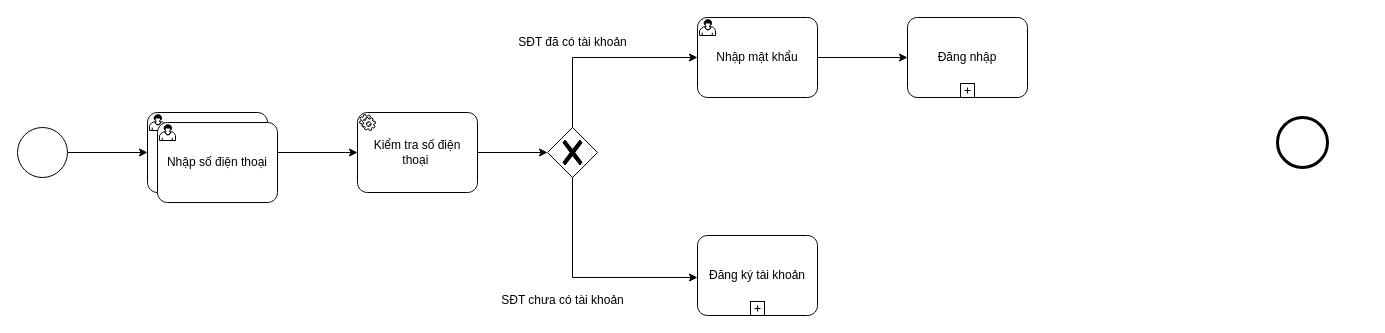
Earlier version of the draw.io diagram page "Page-3" (2 of 2) of Untitled Diagram.drawio (PanJr0109/PanJr0109). Source tidied: cells renumbered, new cells numbered last; positions are measured from the earlier drawing's top-left corner, leaving out a move shared by most shapes. Both pictures are drawn from the tidied source at 100%, with x=0, y=0 at pixel (17, 17).
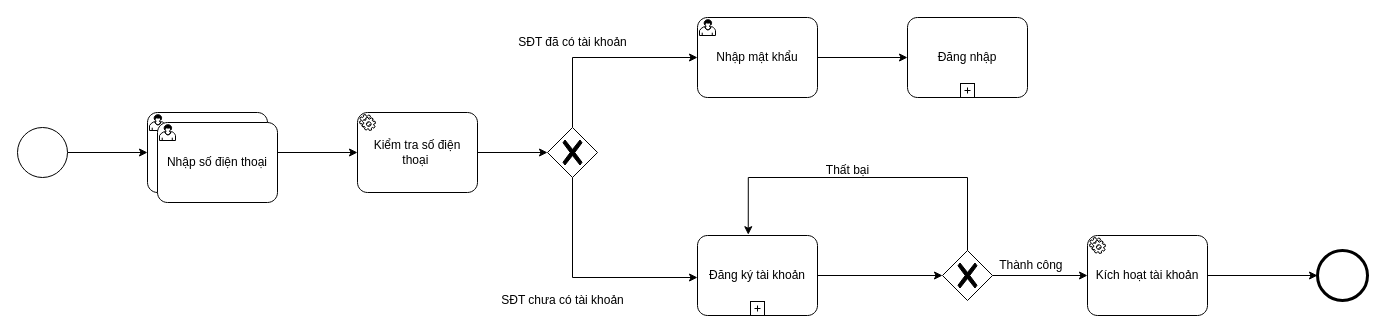
The same page after the edit.

Unchanged cells that the change refers to:
```xml
<mxCell id="18" value="Đăng ký tài khoản" style="points=[[0.25,0,0],[0.5,0,0],[0.75,0,0],[1,0.25,0],[1,0.5,0],[1,0.75,0],[0.75,1,0],[0.5,1,0],[0.25,1,0],[0,0.75,0],[0,0.5,0],[0,0.25,0]];shape=mxgraph.bpmn.task;whiteSpace=wrap;rectStyle=rounded;size=10;html=1;taskMarker=abstract;isLoopSub=1;" parent="1" vertex="1">
  <mxGeometry x="680" y="218" width="120" height="80" as="geometry" />
</mxCell>
```

Diff of the diagram source:
```diff
@@
     <mxCell id="4" style="points=[[0.145,0.145,0],[0.5,0,0],[0.855,0.145,0],[1,0.5,0],[0.855,0.855,0],[0.5,1,0],[0.145,0.855,0],[0,0.5,0]];shape=mxgraph.bpmn.event;html=1;verticalLabelPosition=bottom;labelBackgroundColor=#ffffff;verticalAlign=top;align=center;perimeter=ellipsePerimeter;outlineConnect=0;outline=end;symbol=terminate2;" parent="1" vertex="1">
-      <mxGeometry x="1260" y="100" width="50" height="50" as="geometry" />
+      <mxGeometry x="1300" y="233" width="50" height="50" as="geometry" />
     </mxCell>
@@
+    <mxCell id="19" style="edgeStyle=orthogonalEdgeStyle;rounded=0;jettySize=auto;html=1;" parent="1" edge="1" source="18" target="22">
+      <mxGeometry relative="1" as="geometry" />
+    </mxCell>
@@
+    <mxCell id="20" style="edgeStyle=orthogonalEdgeStyle;rounded=0;jettySize=auto;html=1;entryX=0.423;entryY=-0.01;entryDx=0;entryDy=0;entryPerimeter=0;" parent="1" edge="1" source="22" target="18">
+      <mxGeometry relative="1" as="geometry">
+        <Array as="points">
+          <mxPoint x="950" y="160" />
+          <mxPoint x="731" y="160" />
+        </Array>
+      </mxGeometry>
+    </mxCell>
+    <mxCell id="21" style="edgeStyle=orthogonalEdgeStyle;rounded=0;jettySize=auto;html=1;" parent="1" edge="1" source="22" target="25">
+      <mxGeometry relative="1" as="geometry" />
+    </mxCell>
+    <mxCell id="22" style="points=[[0.25,0.25,0],[0.5,0,0],[0.75,0.25,0],[1,0.5,0],[0.75,0.75,0],[0.5,1,0],[0.25,0.75,0],[0,0.5,0]];shape=mxgraph.bpmn.gateway2;html=1;verticalLabelPosition=bottom;labelBackgroundColor=#ffffff;verticalAlign=top;align=center;perimeter=rhombusPerimeter;outlineConnect=0;outline=none;symbol=none;gwType=exclusive;" parent="1" vertex="1">
+      <mxGeometry x="925" y="233" width="50" height="50" as="geometry" />
+    </mxCell>
+    <mxCell id="23" value="Thất bại" style="text;html=1;align=center;verticalAlign=middle;strokeColor=none;fillColor=none;" parent="1" vertex="1">
+      <mxGeometry x="795" y="138" width="70" height="30" as="geometry" />
+    </mxCell>
+    <mxCell id="24" style="edgeStyle=orthogonalEdgeStyle;rounded=0;jettySize=auto;html=1;" parent="1" edge="1" source="25" target="4">
+      <mxGeometry relative="1" as="geometry" />
+    </mxCell>
+    <mxCell id="25" value="Kích hoạt tài khoản" style="points=[[0.25,0,0],[0.5,0,0],[0.75,0,0],[1,0.25,0],[1,0.5,0],[1,0.75,0],[0.75,1,0],[0.5,1,0],[0.25,1,0],[0,0.75,0],[0,0.5,0],[0,0.25,0]];shape=mxgraph.bpmn.task;whiteSpace=wrap;rectStyle=rounded;size=10;html=1;taskMarker=service;" parent="1" vertex="1">
+      <mxGeometry x="1070" y="218" width="120" height="80" as="geometry" />
+    </mxCell>
+    <mxCell id="26" value="Thành công&amp;nbsp;" style="text;html=1;align=center;verticalAlign=middle;strokeColor=none;fillColor=none;" parent="1" vertex="1">
+      <mxGeometry x="970" y="233" width="90" height="30" as="geometry" />
+    </mxCell>
```
